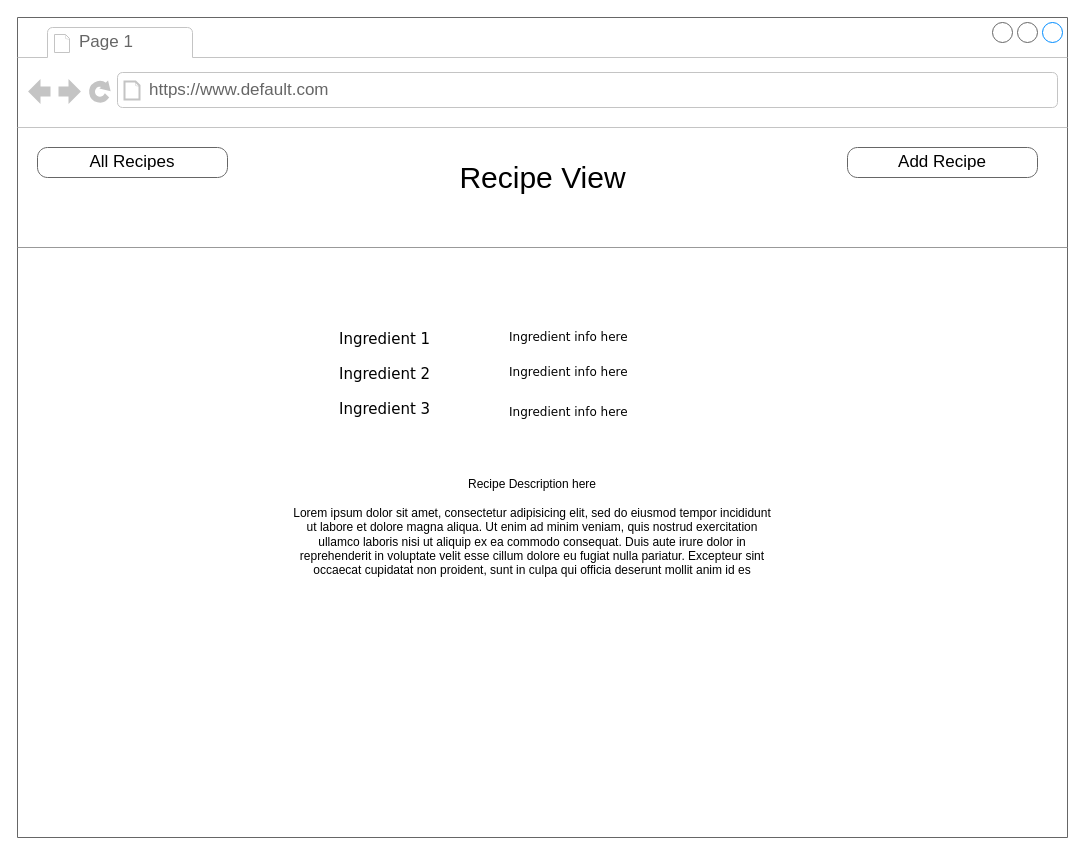
The draw.io diagram page "Recipe-View" (5 of 7) of assets/RR-wireframe.drawio in kfacison/Recipe_Repo_Project_2, before the edit. Source tidied: cells renumbered, new cells numbered last; positions are measured from the earlier drawing's top-left corner, leaving out a move shared by most shapes. Both pictures are drawn from the tidied source at 100%, with x=0, y=0 at pixel (17, 17).
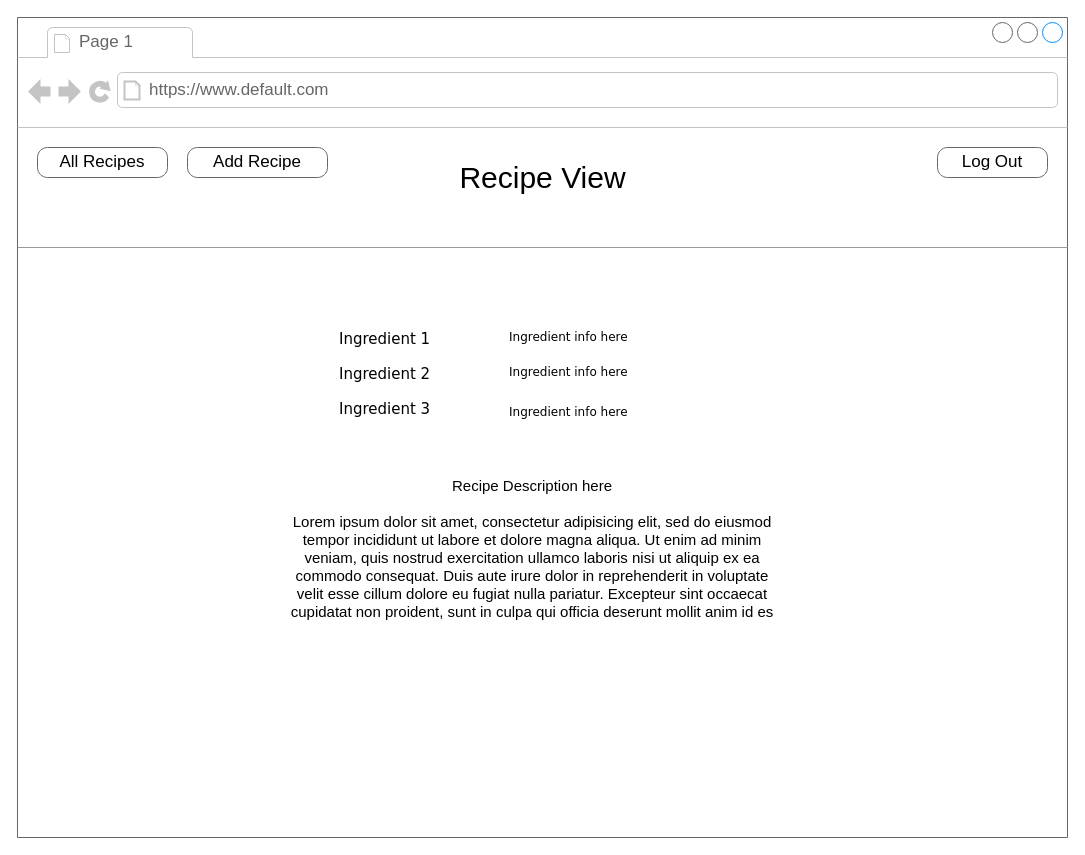
The same diagram, later.

The edit, as a diff of the source:
```diff
@@
 <mxGraphModel>
   <root>
     <mxCell id="0" />
     <mxCell id="1" parent="0" />
     <mxCell id="2" style="strokeWidth=1;shadow=0;dashed=0;align=center;html=1;shape=mxgraph.mockup.containers.browserWindow;rSize=0;strokeColor=#666666;mainText=,;rounded=0;labelBackgroundColor=none;fontFamily=Verdana;fontSize=12;" parent="1" vertex="1">
       <mxGeometry width="1050" height="820" as="geometry" />
     </mxCell>
     <mxCell id="3" value="Page 1" style="strokeWidth=1;shadow=0;dashed=0;align=center;html=1;shape=mxgraph.mockup.containers.anchor;fontSize=17;fontColor=#666666;align=left;" parent="2" vertex="1">
       <mxGeometry x="60" y="12" width="110" height="26" as="geometry" />
     </mxCell>
     <mxCell id="4" value="https://www.default.com" style="strokeWidth=1;shadow=0;dashed=0;align=center;html=1;shape=mxgraph.mockup.containers.anchor;rSize=0;fontSize=17;fontColor=#666666;align=left;" parent="2" vertex="1">
       <mxGeometry x="130" y="60" width="250" height="26" as="geometry" />
     </mxCell>
     <mxCell id="5" value="&lt;p style=&quot;line-height: 1.2; margin-top: 0pt; margin-bottom: 0pt;&quot; dir=&quot;ltr&quot;&gt;&lt;/p&gt;&lt;div&gt;&lt;/div&gt;&lt;span style=&quot;font-family: Economica, sans-serif; background-color: transparent; font-variant-numeric: normal; font-variant-east-asian: normal; font-variant-alternates: normal; font-variant-position: normal; vertical-align: baseline;&quot;&gt;&lt;font style=&quot;font-size: 30px;&quot;&gt;Recipe&amp;nbsp;View&lt;/font&gt;&lt;/span&gt;&lt;p&gt;&lt;/p&gt;" style="text;html=1;align=center;verticalAlign=top;spacingTop=-4;fontSize=30;fontFamily=Verdana;" parent="2" vertex="1">
       <mxGeometry x="355" y="140" width="340" height="50" as="geometry" />
     </mxCell>
     <mxCell id="6" value="&lt;span id=&quot;docs-internal-guid-5d654f29-7fff-60c8-33e5-b82caca4bfd6&quot;&gt;&lt;/span&gt;&lt;span id=&quot;docs-internal-guid-5d654f29-7fff-60c8-33e5-b82caca4bfd6&quot;&gt;&lt;/span&gt;&lt;span id=&quot;docs-internal-guid-5d654f29-7fff-60c8-33e5-b82caca4bfd6&quot;&gt;&lt;/span&gt;&lt;span id=&quot;docs-internal-guid-5d654f29-7fff-60c8-33e5-b82caca4bfd6&quot;&gt;&lt;/span&gt;&lt;span id=&quot;docs-internal-guid-5d654f29-7fff-60c8-33e5-b82caca4bfd6&quot;&gt;&lt;/span&gt;Ingredient 1" style="text;html=1;align=left;verticalAlign=top;spacingTop=-4;fontSize=15;fontFamily=Verdana;" parent="2" vertex="1">
       <mxGeometry x="320" y="310" width="170" height="30" as="geometry" />
     </mxCell>
     <mxCell id="7" value="Add&amp;nbsp;Recipe" style="strokeWidth=1;shadow=0;dashed=0;align=center;html=1;shape=mxgraph.mockup.buttons.button;strokeColor=#666666;mainText=;buttonStyle=round;fontSize=17;fontStyle=0;fillColor=none;whiteSpace=wrap;rounded=0;labelBackgroundColor=none;" parent="2" vertex="1">
-      <mxGeometry x="830" y="130" width="190" height="30" as="geometry" />
+      <mxGeometry x="170" y="130" width="140" height="30" as="geometry" />
     </mxCell>
     <mxCell id="8" value="All&amp;nbsp;Recipes" style="strokeWidth=1;shadow=0;dashed=0;align=center;html=1;shape=mxgraph.mockup.buttons.button;strokeColor=#666666;mainText=;buttonStyle=round;fontSize=17;fontStyle=0;fillColor=none;whiteSpace=wrap;rounded=0;labelBackgroundColor=none;" parent="2" vertex="1">
-      <mxGeometry x="20" y="130" width="190" height="30" as="geometry" />
+      <mxGeometry x="20" y="130" width="130" height="30" as="geometry" />
     </mxCell>
     <mxCell id="9" value="Ingredient&amp;nbsp;info here" style="text;html=1;align=left;verticalAlign=top;spacingTop=-4;fontSize=12;fontFamily=Verdana;whiteSpace=wrap;" parent="2" vertex="1">
       <mxGeometry x="490" y="310" width="240" height="40" as="geometry" />
     </mxCell>
     <mxCell id="10" style="verticalLabelPosition=bottom;shadow=0;dashed=0;align=center;html=1;verticalAlign=top;strokeWidth=1;shape=mxgraph.mockup.markup.line;strokeColor=#999999;rounded=0;labelBackgroundColor=none;fillColor=#ffffff;fontFamily=Verdana;fontSize=12;fontColor=#000000;" parent="2" vertex="1">
       <mxGeometry y="220" width="1050" height="20" as="geometry" />
     </mxCell>
     <mxCell id="11" value="Ingredient 2" style="text;html=1;align=left;verticalAlign=top;spacingTop=-4;fontSize=15;fontFamily=Verdana;" parent="2" vertex="1">
       <mxGeometry x="320" y="345" width="170" height="30" as="geometry" />
     </mxCell>
     <mxCell id="12" value="Ingredient&amp;nbsp;info here" style="text;html=1;align=left;verticalAlign=top;spacingTop=-4;fontSize=12;fontFamily=Verdana;whiteSpace=wrap;" parent="2" vertex="1">
       <mxGeometry x="490" y="345" width="240" height="40" as="geometry" />
     </mxCell>
     <mxCell id="13" value="Ingredient 3" style="text;html=1;align=left;verticalAlign=top;spacingTop=-4;fontSize=15;fontFamily=Verdana;" parent="2" vertex="1">
       <mxGeometry x="320" y="380" width="170" height="30" as="geometry" />
     </mxCell>
     <mxCell id="14" value="Ingredient&amp;nbsp;info here" style="text;html=1;align=left;verticalAlign=top;spacingTop=-4;fontSize=12;fontFamily=Verdana;whiteSpace=wrap;" parent="2" vertex="1">
       <mxGeometry x="490" y="385" width="240" height="40" as="geometry" />
     </mxCell>
-    <mxCell id="15" value="Recipe Description here&lt;br&gt;&lt;br&gt;Lorem ipsum dolor sit amet, consectetur adipisicing elit, sed do eiusmod tempor incididunt ut labore et dolore magna aliqua. Ut enim ad minim veniam, quis nostrud exercitation ullamco laboris nisi ut aliquip ex ea commodo consequat. Duis aute irure dolor in reprehenderit in voluptate velit esse cillum dolore eu fugiat nulla pariatur. Excepteur sint occaecat cupidatat non proident, sunt in culpa qui officia deserunt mollit anim id es" style="text;spacingTop=-5;whiteSpace=wrap;html=1;align=center;fontSize=12;fontFamily=Helvetica;fillColor=none;strokeColor=none;rounded=0;shadow=1;labelBackgroundColor=none;" parent="2" vertex="1">
+    <mxCell id="15" value="&lt;font style=&quot;font-size: 15px;&quot;&gt;Recipe Description here&lt;br&gt;&lt;br&gt;Lorem ipsum dolor sit amet, consectetur adipisicing elit, sed do eiusmod tempor incididunt ut labore et dolore magna aliqua. Ut enim ad minim veniam, quis nostrud exercitation ullamco laboris nisi ut aliquip ex ea commodo consequat. Duis aute irure dolor in reprehenderit in voluptate velit esse cillum dolore eu fugiat nulla pariatur. Excepteur sint occaecat cupidatat non proident, sunt in culpa qui officia deserunt mollit anim id es&lt;/font&gt;" style="text;spacingTop=-5;whiteSpace=wrap;html=1;align=center;fontSize=12;fontFamily=Helvetica;fillColor=none;strokeColor=none;rounded=0;shadow=1;labelBackgroundColor=none;" parent="2" vertex="1">
       <mxGeometry x="270" y="458" width="490" height="125" as="geometry" />
     </mxCell>
+    <mxCell id="16" value="Log Out" style="strokeWidth=1;shadow=0;dashed=0;align=center;html=1;shape=mxgraph.mockup.buttons.button;strokeColor=#666666;mainText=;buttonStyle=round;fontSize=17;fontStyle=0;fillColor=none;whiteSpace=wrap;rounded=0;labelBackgroundColor=none;" parent="2" vertex="1">
+      <mxGeometry x="920" y="130" width="110" height="30" as="geometry" />
+    </mxCell>
   </root>
 </mxGraphModel>
```
